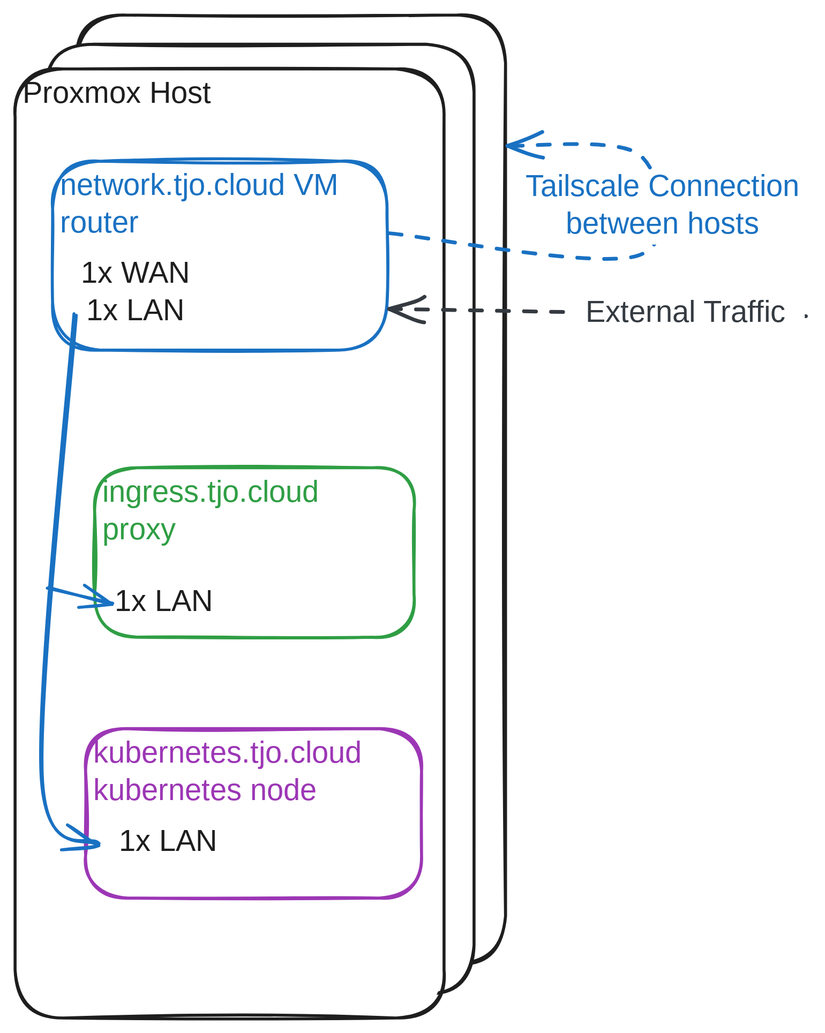
Before: network.tjo.cloud/docs/arhitecture.excalidraw.svg, a diagram exported from Excalidraw (tjo-space/tjo-cloud-infrastructure). Source tidied: one line per element, renumbered; positions are measured from the earlier drawing's top-left corner, leaving out a move shared by most shapes. Source of this version:
```json
{"id": 0, "type": "rectangle", "strokeColor": "#1e1e1e", "strokeWidth": 2, "roughness": 1, "round": true, "x": 41, "y": 0, "width": 286, "height": 633}
{"id": 1, "type": "rectangle", "strokeColor": "#1e1e1e", "backgroundColor": "#ffffff", "fillStyle": "solid", "strokeWidth": 2, "roughness": 1, "round": true, "x": 20, "y": 20, "width": 286, "height": 633}
{"id": 2, "type": "rectangle", "strokeColor": "#1e1e1e", "backgroundColor": "#ffffff", "fillStyle": "solid", "strokeWidth": 2, "roughness": 1, "round": true, "x": 0, "y": 36, "width": 286, "height": 633}
{"id": 3, "type": "text", "text": "Proxmox Host", "strokeColor": "#1e1e1e", "strokeWidth": 2, "roughness": 1, "fontSize": 20, "fontFamily": 5, "inside": 2, "x": 5, "y": 41, "width": 137, "height": 25}
{"id": 4, "type": "rectangle", "strokeColor": "#1971c2", "strokeWidth": 2, "roughness": 1, "round": true, "x": 25, "y": 98, "width": 223, "height": 126}
{"id": 5, "type": "text", "text": "network.tjo.cloud VM\nrouter", "strokeColor": "#1971c2", "strokeWidth": 2, "roughness": 1, "fontSize": 20, "fontFamily": 5, "inside": 4, "x": 30, "y": 102, "width": 203, "height": 50}
{"id": 6, "type": "text", "text": "1x WAN\n1x LAN", "strokeColor": "#1e1e1e", "strokeWidth": 2, "roughness": 1, "fontSize": 20, "fontFamily": 5, "textAlign": "center", "verticalAlign": "middle", "x": 46, "y": 161, "width": 68, "height": 50}
{"id": 7, "type": "rectangle", "strokeColor": "#2f9e44", "strokeWidth": 2, "roughness": 1, "round": true, "x": 53, "y": 302, "width": 213, "height": 113}
{"id": 8, "type": "text", "text": "ingress.tjo.cloud\nproxy", "strokeColor": "#2f9e44", "strokeWidth": 2, "roughness": 1, "fontSize": 20, "fontFamily": 5, "inside": 7, "x": 58, "y": 307, "width": 157, "height": 50}
{"id": 9, "type": "text", "text": "1x LAN", "strokeColor": "#1e1e1e", "strokeWidth": 2, "roughness": 1, "fontSize": 20, "fontFamily": 5, "textAlign": "center", "verticalAlign": "middle", "x": 66, "y": 380, "width": 66, "height": 25}
{"id": 10, "type": "rectangle", "strokeColor": "#9c36b5", "strokeWidth": 2, "roughness": 1, "round": true, "x": 47, "y": 476, "width": 224, "height": 113}
{"id": 11, "type": "text", "text": "kubernetes.tjo.cloud\nkubernetes node", "strokeColor": "#9c36b5", "strokeWidth": 2, "roughness": 1, "fontSize": 20, "fontFamily": 5, "inside": 10, "x": 52, "y": 481, "width": 196, "height": 50}
{"id": 12, "type": "text", "text": "1x LAN", "strokeColor": "#1e1e1e", "strokeWidth": 2, "roughness": 1, "fontSize": 20, "fontFamily": 5, "textAlign": "center", "verticalAlign": "middle", "x": 69, "y": 540, "width": 66, "height": 25}
{"id": 13, "type": "arrow", "strokeColor": "#343a40", "strokeWidth": 2, "strokeStyle": "dashed", "roughness": 1, "endArrowhead": "arrow", "round": true, "to": 4, "x": 527, "y": 200, "width": 278, "height": 4, "points": [[0, 0], [-80, -1], [-278, -4]]}
{"id": 14, "type": "text", "text": "External Traffic", "strokeColor": "#343a40", "strokeWidth": 2, "strokeStyle": "dashed", "roughness": 1, "fontSize": 20, "fontFamily": 5, "textAlign": "center", "verticalAlign": "middle", "inside": 13, "x": 368, "y": 187, "width": 159, "height": 25}
{"id": 15, "type": "arrow", "strokeColor": "#1971c2", "strokeWidth": 2, "strokeStyle": "dashed", "roughness": 1, "endArrowhead": "arrow", "round": true, "from": 4, "to": 1, "x": 249, "y": 146, "width": 167, "height": 72, "points": [[0, 0], [165, 15], [167, -54], [80, -57]]}
{"id": 16, "type": "text", "text": "Tailscale Connection\nbetween hosts", "strokeColor": "#1971c2", "strokeWidth": 2, "strokeStyle": "dashed", "roughness": 1, "fontSize": 20, "fontFamily": 5, "textAlign": "center", "verticalAlign": "middle", "inside": 15, "x": 333, "y": 103, "width": 197, "height": 50}
{"id": 17, "type": "arrow", "strokeColor": "#1971c2", "strokeWidth": 2, "roughness": 1, "endArrowhead": "arrow", "round": true, "from": 6, "to": 12, "x": 41, "y": 200, "width": 37, "height": 352, "points": [[0, 0], [-23, 307], [14, 352]]}
{"id": 18, "type": "arrow", "strokeColor": "#1971c2", "strokeWidth": 2, "roughness": 1, "endArrowhead": "arrow", "round": true, "from": 2, "to": 9, "x": 22, "y": 382, "width": 43, "height": 10, "points": [[0, 0], [43, 10]]}
```
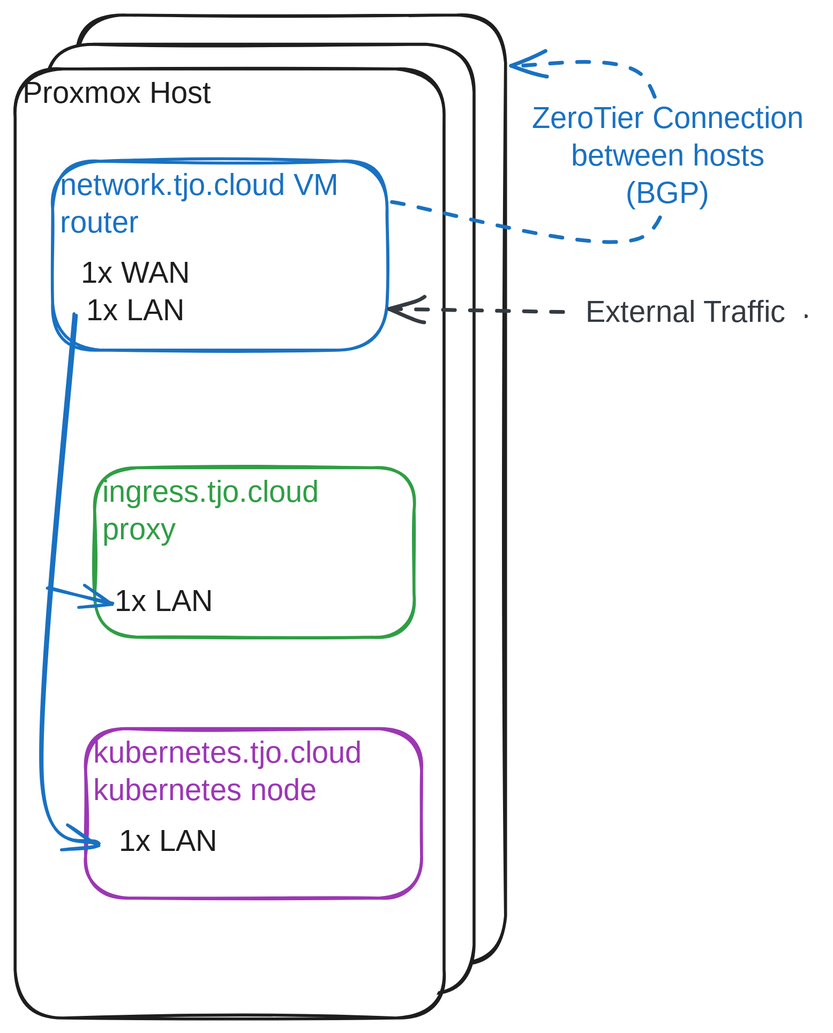
After the change.

The edit, as a diff of the source:
```diff
@@ -13,7 +13,7 @@
 {"id": 12, "type": "text", "text": "1x LAN", "strokeColor": "#1e1e1e", "strokeWidth": 2, "roughness": 1, "fontSize": 20, "fontFamily": 5, "textAlign": "center", "verticalAlign": "middle", "x": 69, "y": 540, "width": 66, "height": 25}
 {"id": 13, "type": "arrow", "strokeColor": "#343a40", "strokeWidth": 2, "strokeStyle": "dashed", "roughness": 1, "endArrowhead": "arrow", "round": true, "to": 4, "x": 527, "y": 200, "width": 278, "height": 4, "points": [[0, 0], [-80, -1], [-278, -4]]}
 {"id": 14, "type": "text", "text": "External Traffic", "strokeColor": "#343a40", "strokeWidth": 2, "strokeStyle": "dashed", "roughness": 1, "fontSize": 20, "fontFamily": 5, "textAlign": "center", "verticalAlign": "middle", "inside": 13, "x": 368, "y": 187, "width": 159, "height": 25}
-{"id": 15, "type": "arrow", "strokeColor": "#1971c2", "strokeWidth": 2, "strokeStyle": "dashed", "roughness": 1, "endArrowhead": "arrow", "round": true, "from": 4, "to": 1, "x": 249, "y": 146, "width": 167, "height": 72, "points": [[0, 0], [165, 15], [167, -54], [80, -57]]}
+{"id": 15, "type": "arrow", "strokeColor": "#1971c2", "strokeWidth": 2, "strokeStyle": "dashed", "roughness": 1, "endArrowhead": "arrow", "round": true, "from": 4, "to": 1, "x": 250, "y": 125, "width": 169, "height": 113, "points": [[0, 0], [167, 23], [169, -84], [81, -90]]}
-{"id": 16, "type": "text", "text": "Tailscale Connection\nbetween hosts", "strokeColor": "#1971c2", "strokeWidth": 2, "strokeStyle": "dashed", "roughness": 1, "fontSize": 20, "fontFamily": 5, "textAlign": "center", "verticalAlign": "middle", "inside": 15, "x": 333, "y": 103, "width": 197, "height": 50}
+{"id": 16, "type": "text", "text": "ZeroTier Connection\nbetween hosts\n(BGP)", "strokeColor": "#1971c2", "strokeWidth": 2, "strokeStyle": "dashed", "roughness": 1, "fontSize": 20, "fontFamily": 5, "textAlign": "center", "verticalAlign": "middle", "inside": 15, "x": 333, "y": 78, "width": 200, "height": 75}
 {"id": 17, "type": "arrow", "strokeColor": "#1971c2", "strokeWidth": 2, "roughness": 1, "endArrowhead": "arrow", "round": true, "from": 6, "to": 12, "x": 41, "y": 200, "width": 37, "height": 352, "points": [[0, 0], [-23, 307], [14, 352]]}
 {"id": 18, "type": "arrow", "strokeColor": "#1971c2", "strokeWidth": 2, "roughness": 1, "endArrowhead": "arrow", "round": true, "from": 2, "to": 9, "x": 22, "y": 382, "width": 43, "height": 10, "points": [[0, 0], [43, 10]]}
```
